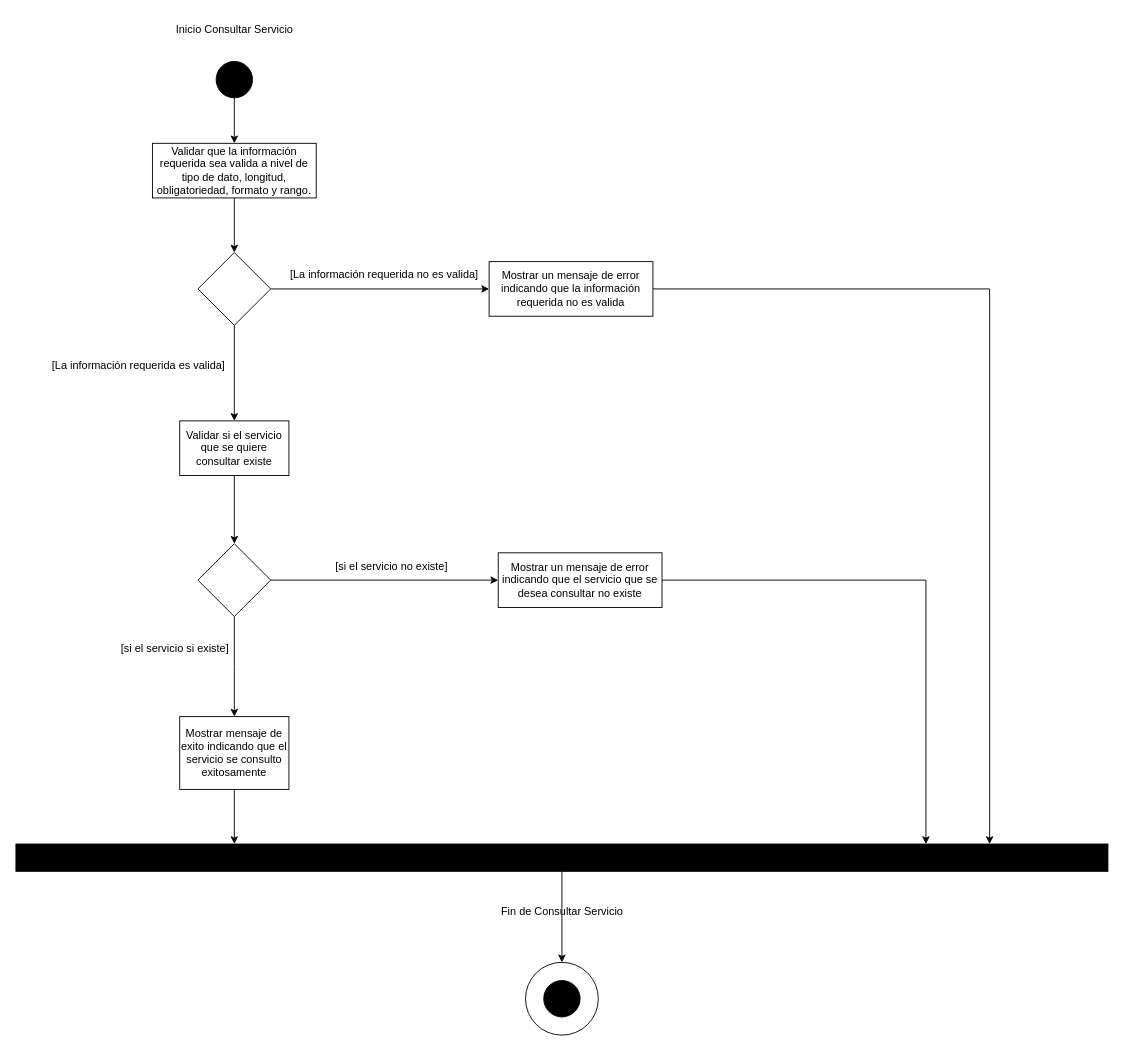
Earlier version of the draw.io diagram SpaOnline/DiagramaActividadesConsultarServicio.drawio (cristianospina/DOO). Source tidied: cells renumbered, new cells numbered last; positions are measured from the earlier drawing's top-left corner, leaving out a move shared by most shapes. Both pictures are drawn from the tidied source at 91%, with x=0, y=0 at pixel (15, 15).
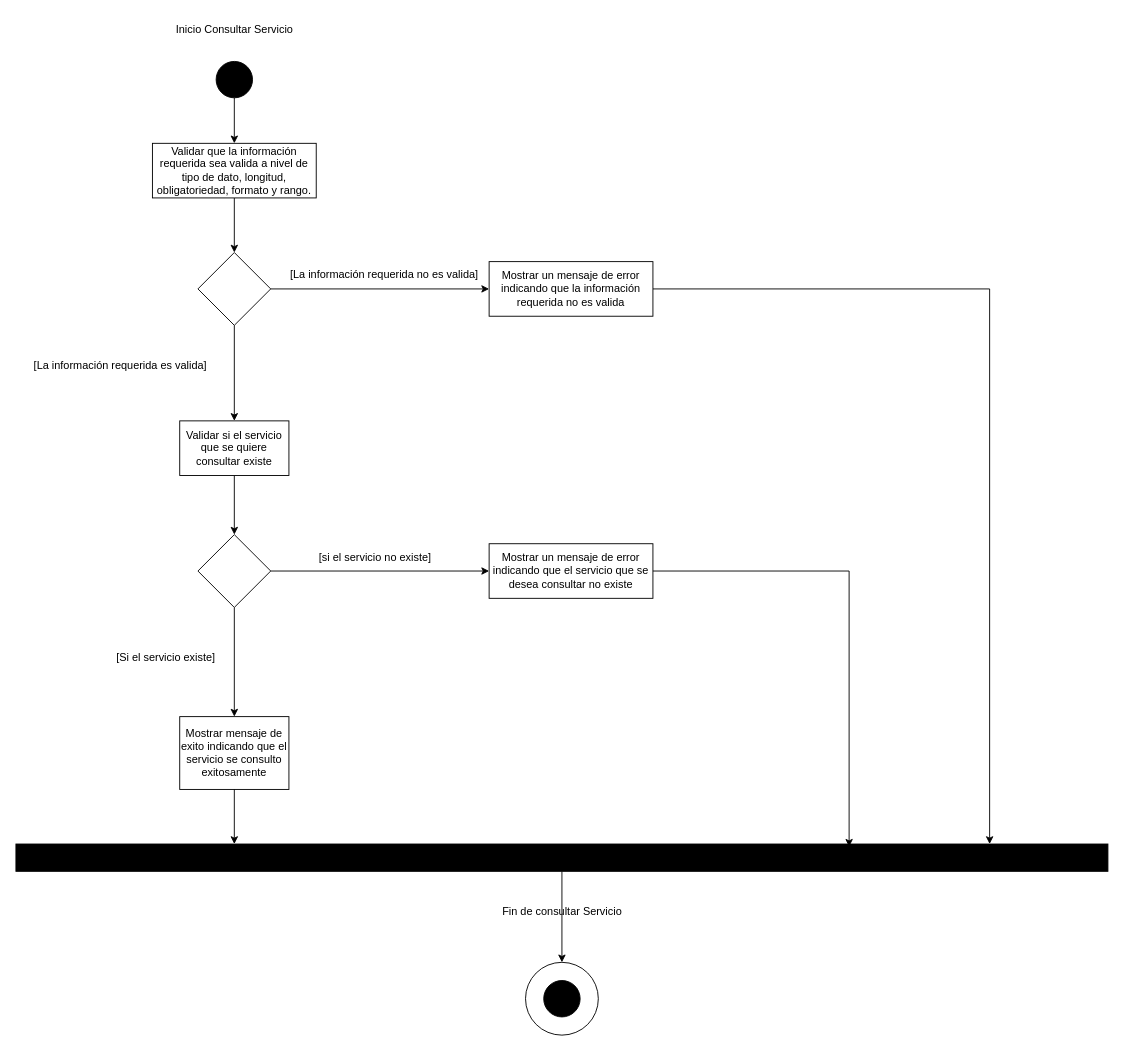
Above is the later version.

Commit message (it also covers changes not shown here):
Correccion diagrama de actividades

Unchanged cells that the change refers to:
```xml
<mxCell id="14" value="Validar si el servicio que se quiere consultar existe" style="rounded=0;whiteSpace=wrap;html=1;" parent="1" vertex="1">
  <mxGeometry x="180" y="445" width="120" height="60" as="geometry" />
</mxCell>
<mxCell id="23" value="Mostrar mensaje de exito indicando que el servicio se consulto exitosamente" style="rounded=0;whiteSpace=wrap;html=1;" parent="1" vertex="1">
  <mxGeometry x="180" y="770" width="120" height="80" as="geometry" />
</mxCell>
<mxCell id="25" style="rounded=0;whiteSpace=wrap;html=1;fillColor=#000000;" parent="1" vertex="1">
  <mxGeometry y="910" width="1200" height="30" as="geometry" />
</mxCell>
```

Change to the diagram source:
```diff
@@
-    <mxCell id="13" style="edgeStyle=orthogonalEdgeStyle;rounded=0;jettySize=auto;html=1;" parent="1" edge="1" source="14" target="18">
-      <mxGeometry relative="1" as="geometry" />
-    </mxCell>
+    <mxCell id="30" style="edgeStyle=orthogonalEdgeStyle;rounded=0;jettySize=auto;html=1;exitX=0.5;exitY=1;exitDx=0;exitDy=0;entryX=0.5;entryY=0;entryDx=0;entryDy=0;" parent="1" edge="1" source="14" target="33">
+      <mxGeometry relative="1" as="geometry" />
+    </mxCell>
@@
     <mxCell id="15" value="[La información requerida es valida]" style="text;html=1;strokeColor=none;fillColor=none;align=center;verticalAlign=middle;whiteSpace=wrap;rounded=0;" parent="1" vertex="1">
-      <mxGeometry x="30" y="370" width="210" height="30" as="geometry" />
+      <mxGeometry x="10" y="370" width="210" height="30" as="geometry" />
     </mxCell>
-    <mxCell id="16" style="edgeStyle=orthogonalEdgeStyle;rounded=0;jettySize=auto;html=1;" parent="1" edge="1" source="18" target="20">
-      <mxGeometry relative="1" as="geometry" />
-    </mxCell>
-    <mxCell id="17" style="edgeStyle=orthogonalEdgeStyle;rounded=0;jettySize=auto;html=1;" parent="1" edge="1" source="18">
-      <mxGeometry relative="1" as="geometry">
-        <mxPoint x="240" y="770" as="targetPoint" />
-      </mxGeometry>
-    </mxCell>
-    <mxCell id="18" style="rhombus;whiteSpace=wrap;html=1;" parent="1" vertex="1">
-      <mxGeometry x="200" y="580" width="80" height="80" as="geometry" />
-    </mxCell>
-    <mxCell id="19" style="edgeStyle=orthogonalEdgeStyle;rounded=0;jettySize=auto;html=1;" parent="1" edge="1" source="20" target="25">
-      <mxGeometry relative="1" as="geometry">
-        <Array as="points">
-          <mxPoint x="1000" y="620" />
-        </Array>
-      </mxGeometry>
-    </mxCell>
-    <mxCell id="20" value="Mostrar un mensaje de error indicando que el servicio que se desea consultar no existe" style="rounded=0;whiteSpace=wrap;html=1;" parent="1" vertex="1">
-      <mxGeometry x="530" y="590" width="180" height="60" as="geometry" />
-    </mxCell>
-    <mxCell id="21" value="[si el servicio no existe]" style="text;html=1;strokeColor=none;fillColor=none;align=center;verticalAlign=middle;whiteSpace=wrap;rounded=0;" parent="1" vertex="1">
-      <mxGeometry x="307.5" y="590" width="210" height="30" as="geometry" />
-    </mxCell>
-    <mxCell id="22" value="[si el servicio si existe]" style="text;html=1;strokeColor=none;fillColor=none;align=center;verticalAlign=middle;whiteSpace=wrap;rounded=0;" parent="1" vertex="1">
-      <mxGeometry x="70" y="680" width="210" height="30" as="geometry" />
-    </mxCell>
@@
-    <mxCell id="28" value="Fin de Consultar Servicio" style="text;html=1;align=center;verticalAlign=middle;strokeColor=none;fillColor=none;" parent="1" vertex="1">
-      <mxGeometry x="520" y="970" width="160" height="30" as="geometry" />
+    <mxCell id="28" value="Fin de consultar Servicio" style="text;html=1;align=center;verticalAlign=middle;strokeColor=none;fillColor=none;" parent="1" vertex="1">
+      <mxGeometry x="525" y="970" width="150" height="30" as="geometry" />
     </mxCell>
@@
+    <mxCell id="31" style="edgeStyle=orthogonalEdgeStyle;rounded=0;jettySize=auto;html=1;exitX=1;exitY=0.5;exitDx=0;exitDy=0;entryX=0;entryY=0.5;entryDx=0;entryDy=0;" parent="1" edge="1" source="33" target="20">
+      <mxGeometry relative="1" as="geometry" />
+    </mxCell>
+    <mxCell id="32" style="edgeStyle=orthogonalEdgeStyle;rounded=0;jettySize=auto;html=1;exitX=0.5;exitY=1;exitDx=0;exitDy=0;entryX=0.5;entryY=0;entryDx=0;entryDy=0;" parent="1" edge="1" source="33" target="23">
+      <mxGeometry relative="1" as="geometry" />
+    </mxCell>
+    <mxCell id="33" style="rhombus;whiteSpace=wrap;html=1;" parent="1" vertex="1">
+      <mxGeometry x="200" y="570" width="80" height="80" as="geometry" />
+    </mxCell>
+    <mxCell id="20" value="Mostrar un mensaje de error indicando que el servicio que se desea consultar no existe" style="rounded=0;whiteSpace=wrap;html=1;" parent="1" vertex="1">
+      <mxGeometry x="520" y="580" width="180" height="60" as="geometry" />
+    </mxCell>
+    <mxCell id="21" value="[si el servicio no existe]" style="text;html=1;strokeColor=none;fillColor=none;align=center;verticalAlign=middle;whiteSpace=wrap;rounded=0;" parent="1" vertex="1">
+      <mxGeometry x="290" y="580" width="210" height="30" as="geometry" />
+    </mxCell>
+    <mxCell id="34" value="[Si el servicio existe]" style="text;html=1;strokeColor=none;fillColor=none;align=center;verticalAlign=middle;whiteSpace=wrap;rounded=0;" parent="1" vertex="1">
+      <mxGeometry x="60" y="690" width="210" height="30" as="geometry" />
+    </mxCell>
+    <mxCell id="19" style="edgeStyle=orthogonalEdgeStyle;rounded=0;jettySize=auto;html=1;exitX=1;exitY=0.5;exitDx=0;exitDy=0;entryX=0.763;entryY=0.1;entryDx=0;entryDy=0;entryPerimeter=0;" parent="1" edge="1" source="20" target="25">
+      <mxGeometry relative="1" as="geometry">
+        <Array as="points">
+          <mxPoint x="916" y="610" />
+        </Array>
+      </mxGeometry>
+    </mxCell>
```
